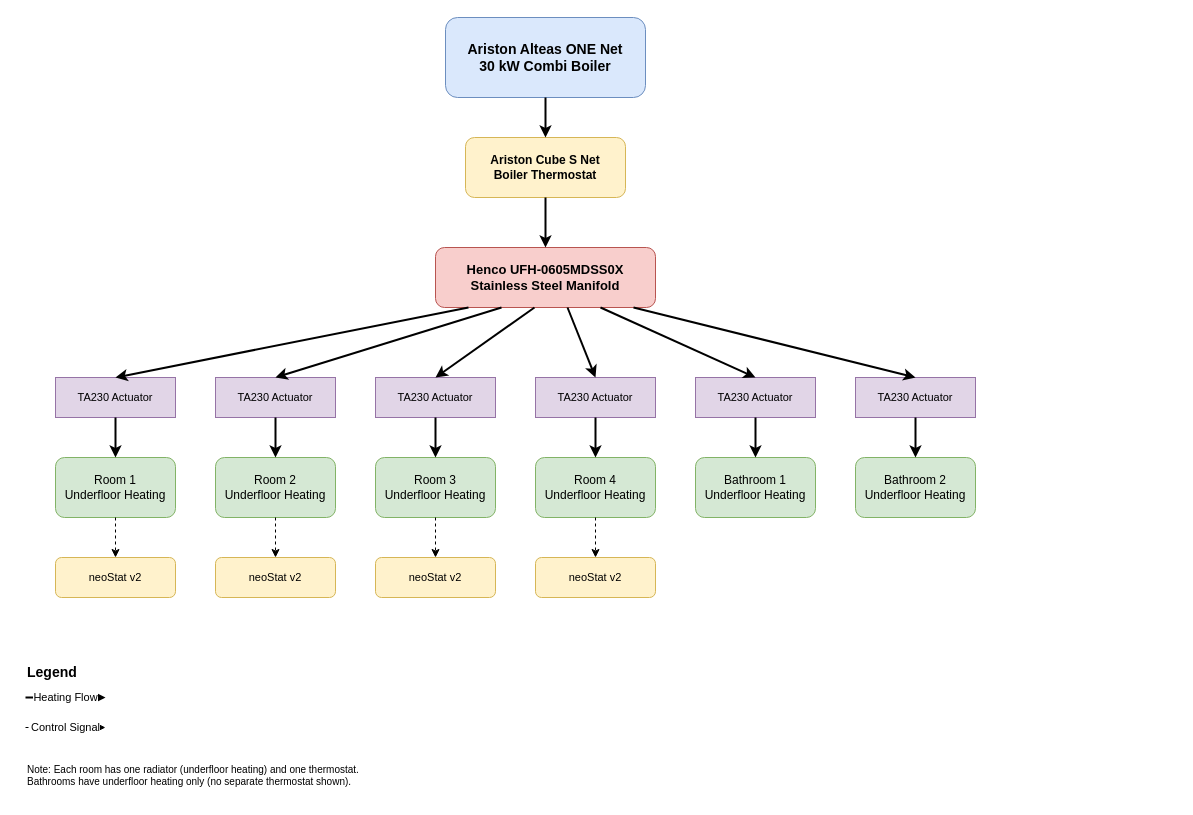
Earlier version of the draw.io diagram heating-system.drawio (geoakaki/h-mon). Source tidied: cells renumbered, new cells numbered last; positions are measured from the earlier drawing's top-left corner, leaving out a move shared by most shapes. Both pictures are drawn from the tidied source at 100%, with x=0, y=0 at pixel (25, 17).
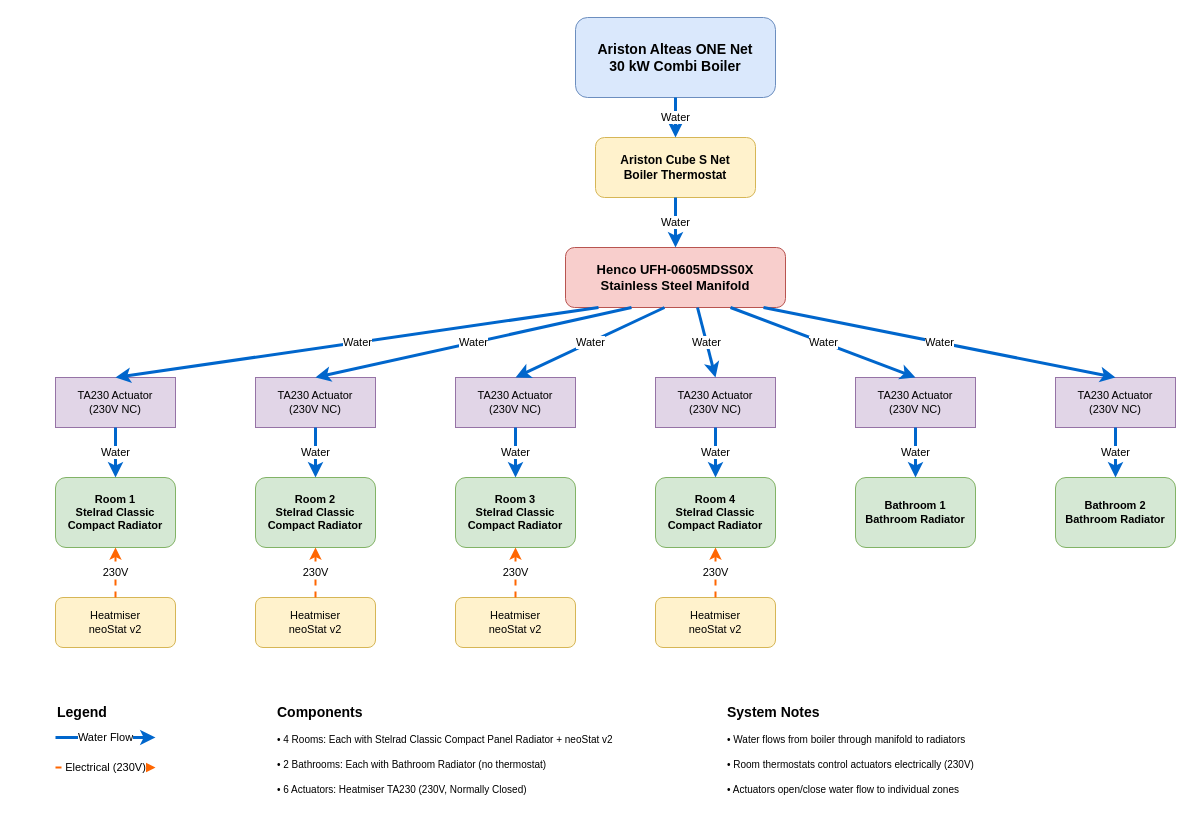
After the change.

Commit message:
Update diagram with radiators and separate water/electrical connections

- Replace underfloor heating with actual radiators
- Add Stelrad Classic Compact Panel Radiators to 4 rooms
- Add bathroom radiators to 2 bathrooms
- Differentiate water flow (blue, solid) from electrical (orange, dashed)
- Show 230V electrical control from thermostats to actuators
- Update legend with connection types and system notes

The edit, as a diff of the source:
```diff
@@
     <mxCell id="2" value="Ariston Alteas ONE Net&#10;30 kW Combi Boiler" style="rounded=1;whiteSpace=wrap;html=1;fillColor=#dae8fc;strokeColor=#6c8ebf;fontSize=14;fontStyle=1;" parent="1" vertex="1">
-      <mxGeometry x="420" width="200" height="80" as="geometry" />
+      <mxGeometry x="550" width="200" height="80" as="geometry" />
     </mxCell>
     <mxCell id="3" value="Ariston Cube S Net&#10;Boiler Thermostat" style="rounded=1;whiteSpace=wrap;html=1;fillColor=#fff2cc;strokeColor=#d6b656;fontSize=12;fontStyle=1;" parent="1" vertex="1">
-      <mxGeometry x="440" y="120" width="160" height="60" as="geometry" />
+      <mxGeometry x="570" y="120" width="160" height="60" as="geometry" />
     </mxCell>
-    <mxCell id="4" style="endArrow=classic;html=1;strokeWidth=2;exitX=0.5;exitY=1;entryX=0.5;entryY=0;" parent="1" edge="1" source="2" target="3">
+    <mxCell id="4" value="Water" style="endArrow=classic;html=1;strokeWidth=3;strokeColor=#0066CC;exitX=0.5;exitY=1;entryX=0.5;entryY=0;" parent="1" edge="1" source="2" target="3">
       <mxGeometry relative="1" as="geometry" />
     </mxCell>
     <mxCell id="5" value="Henco UFH-0605MDSS0X&#10;Stainless Steel Manifold" style="rounded=1;whiteSpace=wrap;html=1;fillColor=#f8cecc;strokeColor=#b85450;fontSize=13;fontStyle=1;" parent="1" vertex="1">
-      <mxGeometry x="410" y="230" width="220" height="60" as="geometry" />
+      <mxGeometry x="540" y="230" width="220" height="60" as="geometry" />
     </mxCell>
-    <mxCell id="6" style="endArrow=classic;html=1;strokeWidth=2;exitX=0.5;exitY=1;entryX=0.5;entryY=0;" parent="1" edge="1" source="3" target="5">
+    <mxCell id="6" value="Water" style="endArrow=classic;html=1;strokeWidth=3;strokeColor=#0066CC;exitX=0.5;exitY=1;entryX=0.5;entryY=0;" parent="1" edge="1" source="3" target="5">
       <mxGeometry relative="1" as="geometry" />
     </mxCell>
-    <mxCell id="7" value="TA230 Actuator" style="rounded=0;whiteSpace=wrap;html=1;fillColor=#e1d5e7;strokeColor=#9673a6;fontSize=11;" parent="1" vertex="1">
-      <mxGeometry x="30" y="360" width="120" height="40" as="geometry" />
+    <mxCell id="7" value="TA230 Actuator&#10;(230V NC)" style="rounded=0;whiteSpace=wrap;html=1;fillColor=#e1d5e7;strokeColor=#9673a6;fontSize=11;" parent="1" vertex="1">
+      <mxGeometry x="30" y="360" width="120" height="50" as="geometry" />
     </mxCell>
-    <mxCell id="8" value="Room 1&#10;Underfloor Heating" style="rounded=1;whiteSpace=wrap;html=1;fillColor=#d5e8d4;strokeColor=#82b366;fontSize=12;" parent="1" vertex="1">
-      <mxGeometry x="30" y="440" width="120" height="60" as="geometry" />
-    </mxCell>
+    <mxCell id="43" value="Room 1&#10;Stelrad Classic&#10;Compact Radiator" style="rounded=1;whiteSpace=wrap;html=1;fillColor=#d5e8d4;strokeColor=#82b366;fontSize=11;fontStyle=1;" parent="1" vertex="1">
+      <mxGeometry x="30" y="460" width="120" height="70" as="geometry" />
+    </mxCell>
-    <mxCell id="9" value="neoStat v2" style="rounded=1;whiteSpace=wrap;html=1;fillColor=#fff2cc;strokeColor=#d6b656;fontSize=11;" parent="1" vertex="1">
-      <mxGeometry x="30" y="540" width="120" height="40" as="geometry" />
+    <mxCell id="9" value="Heatmiser&#10;neoStat v2" style="rounded=1;whiteSpace=wrap;html=1;fillColor=#fff2cc;strokeColor=#d6b656;fontSize=11;" parent="1" vertex="1">
+      <mxGeometry x="30" y="580" width="120" height="50" as="geometry" />
     </mxCell>
-    <mxCell id="10" style="endArrow=classic;html=1;strokeWidth=2;exitX=0.15;exitY=1;entryX=0.5;entryY=0;" parent="1" edge="1" source="5" target="7">
+    <mxCell id="10" value="Water" style="endArrow=classic;html=1;strokeWidth=3;strokeColor=#0066CC;exitX=0.15;exitY=1;entryX=0.5;entryY=0;" parent="1" edge="1" source="5" target="7">
       <mxGeometry relative="1" as="geometry" />
     </mxCell>
-    <mxCell id="11" style="endArrow=classic;html=1;strokeWidth=2;exitX=0.5;exitY=1;entryX=0.5;entryY=0;" parent="1" edge="1" source="7" target="8">
-      <mxGeometry relative="1" as="geometry" />
-    </mxCell>
-    <mxCell id="12" style="endArrow=classic;html=1;strokeWidth=1;dashed=1;exitX=0.5;exitY=1;entryX=0.5;entryY=0;" parent="1" edge="1" source="8" target="9">
-      <mxGeometry relative="1" as="geometry" />
-    </mxCell>
+    <mxCell id="44" value="Water" style="endArrow=classic;html=1;strokeWidth=3;strokeColor=#0066CC;exitX=0.5;exitY=1;entryX=0.5;entryY=0;" parent="1" edge="1" source="7" target="43">
+      <mxGeometry relative="1" as="geometry" />
+    </mxCell>
+    <mxCell id="45" value="230V" style="endArrow=classic;html=1;strokeWidth=2;strokeColor=#FF6600;dashed=1;exitX=0.5;exitY=0;entryX=0.5;entryY=1;" parent="1" edge="1" source="9" target="43">
+      <mxGeometry relative="1" as="geometry" />
+    </mxCell>
-    <mxCell id="13" value="TA230 Actuator" style="rounded=0;whiteSpace=wrap;html=1;fillColor=#e1d5e7;strokeColor=#9673a6;fontSize=11;" parent="1" vertex="1">
-      <mxGeometry x="190" y="360" width="120" height="40" as="geometry" />
+    <mxCell id="13" value="TA230 Actuator&#10;(230V NC)" style="rounded=0;whiteSpace=wrap;html=1;fillColor=#e1d5e7;strokeColor=#9673a6;fontSize=11;" parent="1" vertex="1">
+      <mxGeometry x="230" y="360" width="120" height="50" as="geometry" />
     </mxCell>
-    <mxCell id="14" value="Room 2&#10;Underfloor Heating" style="rounded=1;whiteSpace=wrap;html=1;fillColor=#d5e8d4;strokeColor=#82b366;fontSize=12;" parent="1" vertex="1">
-      <mxGeometry x="190" y="440" width="120" height="60" as="geometry" />
-    </mxCell>
+    <mxCell id="46" value="Room 2&#10;Stelrad Classic&#10;Compact Radiator" style="rounded=1;whiteSpace=wrap;html=1;fillColor=#d5e8d4;strokeColor=#82b366;fontSize=11;fontStyle=1;" parent="1" vertex="1">
+      <mxGeometry x="230" y="460" width="120" height="70" as="geometry" />
+    </mxCell>
-    <mxCell id="15" value="neoStat v2" style="rounded=1;whiteSpace=wrap;html=1;fillColor=#fff2cc;strokeColor=#d6b656;fontSize=11;" parent="1" vertex="1">
-      <mxGeometry x="190" y="540" width="120" height="40" as="geometry" />
+    <mxCell id="15" value="Heatmiser&#10;neoStat v2" style="rounded=1;whiteSpace=wrap;html=1;fillColor=#fff2cc;strokeColor=#d6b656;fontSize=11;" parent="1" vertex="1">
+      <mxGeometry x="230" y="580" width="120" height="50" as="geometry" />
     </mxCell>
-    <mxCell id="16" style="endArrow=classic;html=1;strokeWidth=2;exitX=0.3;exitY=1;entryX=0.5;entryY=0;" parent="1" edge="1" source="5" target="13">
+    <mxCell id="16" value="Water" style="endArrow=classic;html=1;strokeWidth=3;strokeColor=#0066CC;exitX=0.3;exitY=1;entryX=0.5;entryY=0;" parent="1" edge="1" source="5" target="13">
       <mxGeometry relative="1" as="geometry" />
     </mxCell>
-    <mxCell id="17" style="endArrow=classic;html=1;strokeWidth=2;exitX=0.5;exitY=1;entryX=0.5;entryY=0;" parent="1" edge="1" source="13" target="14">
-      <mxGeometry relative="1" as="geometry" />
-    </mxCell>
-    <mxCell id="18" style="endArrow=classic;html=1;strokeWidth=1;dashed=1;exitX=0.5;exitY=1;entryX=0.5;entryY=0;" parent="1" edge="1" source="14" target="15">
-      <mxGeometry relative="1" as="geometry" />
-    </mxCell>
+    <mxCell id="47" value="Water" style="endArrow=classic;html=1;strokeWidth=3;strokeColor=#0066CC;exitX=0.5;exitY=1;entryX=0.5;entryY=0;" parent="1" edge="1" source="13" target="46">
+      <mxGeometry relative="1" as="geometry" />
+    </mxCell>
+    <mxCell id="48" value="230V" style="endArrow=classic;html=1;strokeWidth=2;strokeColor=#FF6600;dashed=1;exitX=0.5;exitY=0;entryX=0.5;entryY=1;" parent="1" edge="1" source="15" target="46">
+      <mxGeometry relative="1" as="geometry" />
+    </mxCell>
-    <mxCell id="19" value="TA230 Actuator" style="rounded=0;whiteSpace=wrap;html=1;fillColor=#e1d5e7;strokeColor=#9673a6;fontSize=11;" parent="1" vertex="1">
-      <mxGeometry x="350" y="360" width="120" height="40" as="geometry" />
+    <mxCell id="19" value="TA230 Actuator&#10;(230V NC)" style="rounded=0;whiteSpace=wrap;html=1;fillColor=#e1d5e7;strokeColor=#9673a6;fontSize=11;" parent="1" vertex="1">
+      <mxGeometry x="430" y="360" width="120" height="50" as="geometry" />
     </mxCell>
-    <mxCell id="20" value="Room 3&#10;Underfloor Heating" style="rounded=1;whiteSpace=wrap;html=1;fillColor=#d5e8d4;strokeColor=#82b366;fontSize=12;" parent="1" vertex="1">
-      <mxGeometry x="350" y="440" width="120" height="60" as="geometry" />
-    </mxCell>
+    <mxCell id="49" value="Room 3&#10;Stelrad Classic&#10;Compact Radiator" style="rounded=1;whiteSpace=wrap;html=1;fillColor=#d5e8d4;strokeColor=#82b366;fontSize=11;fontStyle=1;" parent="1" vertex="1">
+      <mxGeometry x="430" y="460" width="120" height="70" as="geometry" />
+    </mxCell>
-    <mxCell id="21" value="neoStat v2" style="rounded=1;whiteSpace=wrap;html=1;fillColor=#fff2cc;strokeColor=#d6b656;fontSize=11;" parent="1" vertex="1">
-      <mxGeometry x="350" y="540" width="120" height="40" as="geometry" />
+    <mxCell id="21" value="Heatmiser&#10;neoStat v2" style="rounded=1;whiteSpace=wrap;html=1;fillColor=#fff2cc;strokeColor=#d6b656;fontSize=11;" parent="1" vertex="1">
+      <mxGeometry x="430" y="580" width="120" height="50" as="geometry" />
     </mxCell>
-    <mxCell id="22" style="endArrow=classic;html=1;strokeWidth=2;exitX=0.45;exitY=1;entryX=0.5;entryY=0;" parent="1" edge="1" source="5" target="19">
+    <mxCell id="22" value="Water" style="endArrow=classic;html=1;strokeWidth=3;strokeColor=#0066CC;exitX=0.45;exitY=1;entryX=0.5;entryY=0;" parent="1" edge="1" source="5" target="19">
       <mxGeometry relative="1" as="geometry" />
     </mxCell>
-    <mxCell id="23" style="endArrow=classic;html=1;strokeWidth=2;exitX=0.5;exitY=1;entryX=0.5;entryY=0;" parent="1" edge="1" source="19" target="20">
-      <mxGeometry relative="1" as="geometry" />
-    </mxCell>
-    <mxCell id="24" style="endArrow=classic;html=1;strokeWidth=1;dashed=1;exitX=0.5;exitY=1;entryX=0.5;entryY=0;" parent="1" edge="1" source="20" target="21">
-      <mxGeometry relative="1" as="geometry" />
-    </mxCell>
+    <mxCell id="50" value="Water" style="endArrow=classic;html=1;strokeWidth=3;strokeColor=#0066CC;exitX=0.5;exitY=1;entryX=0.5;entryY=0;" parent="1" edge="1" source="19" target="49">
+      <mxGeometry relative="1" as="geometry" />
+    </mxCell>
+    <mxCell id="51" value="230V" style="endArrow=classic;html=1;strokeWidth=2;strokeColor=#FF6600;dashed=1;exitX=0.5;exitY=0;entryX=0.5;entryY=1;" parent="1" edge="1" source="21" target="49">
+      <mxGeometry relative="1" as="geometry" />
+    </mxCell>
-    <mxCell id="25" value="TA230 Actuator" style="rounded=0;whiteSpace=wrap;html=1;fillColor=#e1d5e7;strokeColor=#9673a6;fontSize=11;" parent="1" vertex="1">
-      <mxGeometry x="510" y="360" width="120" height="40" as="geometry" />
+    <mxCell id="25" value="TA230 Actuator&#10;(230V NC)" style="rounded=0;whiteSpace=wrap;html=1;fillColor=#e1d5e7;strokeColor=#9673a6;fontSize=11;" parent="1" vertex="1">
+      <mxGeometry x="630" y="360" width="120" height="50" as="geometry" />
     </mxCell>
-    <mxCell id="26" value="Room 4&#10;Underfloor Heating" style="rounded=1;whiteSpace=wrap;html=1;fillColor=#d5e8d4;strokeColor=#82b366;fontSize=12;" parent="1" vertex="1">
-      <mxGeometry x="510" y="440" width="120" height="60" as="geometry" />
-    </mxCell>
+    <mxCell id="52" value="Room 4&#10;Stelrad Classic&#10;Compact Radiator" style="rounded=1;whiteSpace=wrap;html=1;fillColor=#d5e8d4;strokeColor=#82b366;fontSize=11;fontStyle=1;" parent="1" vertex="1">
+      <mxGeometry x="630" y="460" width="120" height="70" as="geometry" />
+    </mxCell>
-    <mxCell id="27" value="neoStat v2" style="rounded=1;whiteSpace=wrap;html=1;fillColor=#fff2cc;strokeColor=#d6b656;fontSize=11;" parent="1" vertex="1">
-      <mxGeometry x="510" y="540" width="120" height="40" as="geometry" />
+    <mxCell id="27" value="Heatmiser&#10;neoStat v2" style="rounded=1;whiteSpace=wrap;html=1;fillColor=#fff2cc;strokeColor=#d6b656;fontSize=11;" parent="1" vertex="1">
+      <mxGeometry x="630" y="580" width="120" height="50" as="geometry" />
     </mxCell>
-    <mxCell id="28" style="endArrow=classic;html=1;strokeWidth=2;exitX=0.6;exitY=1;entryX=0.5;entryY=0;" parent="1" edge="1" source="5" target="25">
+    <mxCell id="28" value="Water" style="endArrow=classic;html=1;strokeWidth=3;strokeColor=#0066CC;exitX=0.6;exitY=1;entryX=0.5;entryY=0;" parent="1" edge="1" source="5" target="25">
       <mxGeometry relative="1" as="geometry" />
     </mxCell>
-    <mxCell id="29" style="endArrow=classic;html=1;strokeWidth=2;exitX=0.5;exitY=1;entryX=0.5;entryY=0;" parent="1" edge="1" source="25" target="26">
-      <mxGeometry relative="1" as="geometry" />
-    </mxCell>
-    <mxCell id="30" style="endArrow=classic;html=1;strokeWidth=1;dashed=1;exitX=0.5;exitY=1;entryX=0.5;entryY=0;" parent="1" edge="1" source="26" target="27">
-      <mxGeometry relative="1" as="geometry" />
-    </mxCell>
+    <mxCell id="53" value="Water" style="endArrow=classic;html=1;strokeWidth=3;strokeColor=#0066CC;exitX=0.5;exitY=1;entryX=0.5;entryY=0;" parent="1" edge="1" source="25" target="52">
+      <mxGeometry relative="1" as="geometry" />
+    </mxCell>
+    <mxCell id="54" value="230V" style="endArrow=classic;html=1;strokeWidth=2;strokeColor=#FF6600;dashed=1;exitX=0.5;exitY=0;entryX=0.5;entryY=1;" parent="1" edge="1" source="27" target="52">
+      <mxGeometry relative="1" as="geometry" />
+    </mxCell>
-    <mxCell id="31" value="TA230 Actuator" style="rounded=0;whiteSpace=wrap;html=1;fillColor=#e1d5e7;strokeColor=#9673a6;fontSize=11;" parent="1" vertex="1">
-      <mxGeometry x="670" y="360" width="120" height="40" as="geometry" />
+    <mxCell id="31" value="TA230 Actuator&#10;(230V NC)" style="rounded=0;whiteSpace=wrap;html=1;fillColor=#e1d5e7;strokeColor=#9673a6;fontSize=11;" parent="1" vertex="1">
+      <mxGeometry x="830" y="360" width="120" height="50" as="geometry" />
     </mxCell>
-    <mxCell id="32" value="Bathroom 1&#10;Underfloor Heating" style="rounded=1;whiteSpace=wrap;html=1;fillColor=#d5e8d4;strokeColor=#82b366;fontSize=12;" parent="1" vertex="1">
-      <mxGeometry x="670" y="440" width="120" height="60" as="geometry" />
-    </mxCell>
+    <mxCell id="55" value="Bathroom 1&#10;Bathroom Radiator" style="rounded=1;whiteSpace=wrap;html=1;fillColor=#d5e8d4;strokeColor=#82b366;fontSize=11;fontStyle=1;" parent="1" vertex="1">
+      <mxGeometry x="830" y="460" width="120" height="70" as="geometry" />
+    </mxCell>
-    <mxCell id="33" style="endArrow=classic;html=1;strokeWidth=2;exitX=0.75;exitY=1;entryX=0.5;entryY=0;" parent="1" edge="1" source="5" target="31">
+    <mxCell id="33" value="Water" style="endArrow=classic;html=1;strokeWidth=3;strokeColor=#0066CC;exitX=0.75;exitY=1;entryX=0.5;entryY=0;" parent="1" edge="1" source="5" target="31">
       <mxGeometry relative="1" as="geometry" />
     </mxCell>
-    <mxCell id="34" style="endArrow=classic;html=1;strokeWidth=2;exitX=0.5;exitY=1;entryX=0.5;entryY=0;" parent="1" edge="1" source="31" target="32">
-      <mxGeometry relative="1" as="geometry" />
-    </mxCell>
+    <mxCell id="56" value="Water" style="endArrow=classic;html=1;strokeWidth=3;strokeColor=#0066CC;exitX=0.5;exitY=1;entryX=0.5;entryY=0;" parent="1" edge="1" source="31" target="55">
+      <mxGeometry relative="1" as="geometry" />
+    </mxCell>
-    <mxCell id="35" value="TA230 Actuator" style="rounded=0;whiteSpace=wrap;html=1;fillColor=#e1d5e7;strokeColor=#9673a6;fontSize=11;" parent="1" vertex="1">
-      <mxGeometry x="830" y="360" width="120" height="40" as="geometry" />
+    <mxCell id="35" value="TA230 Actuator&#10;(230V NC)" style="rounded=0;whiteSpace=wrap;html=1;fillColor=#e1d5e7;strokeColor=#9673a6;fontSize=11;" parent="1" vertex="1">
+      <mxGeometry x="1030" y="360" width="120" height="50" as="geometry" />
     </mxCell>
-    <mxCell id="36" value="Bathroom 2&#10;Underfloor Heating" style="rounded=1;whiteSpace=wrap;html=1;fillColor=#d5e8d4;strokeColor=#82b366;fontSize=12;" parent="1" vertex="1">
-      <mxGeometry x="830" y="440" width="120" height="60" as="geometry" />
-    </mxCell>
+    <mxCell id="57" value="Bathroom 2&#10;Bathroom Radiator" style="rounded=1;whiteSpace=wrap;html=1;fillColor=#d5e8d4;strokeColor=#82b366;fontSize=11;fontStyle=1;" parent="1" vertex="1">
+      <mxGeometry x="1030" y="460" width="120" height="70" as="geometry" />
+    </mxCell>
-    <mxCell id="37" style="endArrow=classic;html=1;strokeWidth=2;exitX=0.9;exitY=1;entryX=0.5;entryY=0;" parent="1" edge="1" source="5" target="35">
+    <mxCell id="37" value="Water" style="endArrow=classic;html=1;strokeWidth=3;strokeColor=#0066CC;exitX=0.9;exitY=1;entryX=0.5;entryY=0;" parent="1" edge="1" source="5" target="35">
       <mxGeometry relative="1" as="geometry" />
     </mxCell>
-    <mxCell id="38" style="endArrow=classic;html=1;strokeWidth=2;exitX=0.5;exitY=1;entryX=0.5;entryY=0;" parent="1" edge="1" source="35" target="36">
-      <mxGeometry relative="1" as="geometry" />
-    </mxCell>
+    <mxCell id="58" value="Water" style="endArrow=classic;html=1;strokeWidth=3;strokeColor=#0066CC;exitX=0.5;exitY=1;entryX=0.5;entryY=0;" parent="1" edge="1" source="35" target="57">
+      <mxGeometry relative="1" as="geometry" />
+    </mxCell>
     <mxCell id="39" value="Legend" style="text;html=1;strokeColor=none;fillColor=none;align=left;verticalAlign=middle;whiteSpace=wrap;rounded=0;fontSize=14;fontStyle=1;" parent="1" vertex="1">
-      <mxGeometry y="640" width="100" height="30" as="geometry" />
+      <mxGeometry x="30" y="680" width="100" height="30" as="geometry" />
     </mxCell>
-    <mxCell id="40" value="Heating Flow" style="endArrow=classic;html=1;strokeWidth=2;" parent="1" edge="1">
-      <mxGeometry relative="1" as="geometry">
-        <mxPoint y="680" as="sourcePoint" />
-        <mxPoint x="80" y="680" as="targetPoint" />
-      </mxGeometry>
-    </mxCell>
-    <mxCell id="41" value="Control Signal" style="endArrow=classic;html=1;strokeWidth=1;dashed=1;" parent="1" edge="1">
-      <mxGeometry relative="1" as="geometry">
-        <mxPoint y="710" as="sourcePoint" />
-        <mxPoint x="80" y="710" as="targetPoint" />
-      </mxGeometry>
-    </mxCell>
-    <mxCell id="42" value="Note: Each room has one radiator (underfloor heating) and one thermostat.&#10;Bathrooms have underfloor heating only (no separate thermostat shown)." style="text;html=1;strokeColor=none;fillColor=none;align=left;verticalAlign=top;whiteSpace=wrap;rounded=0;fontSize=10;" parent="1" vertex="1">
-      <mxGeometry y="740" width="400" height="40" as="geometry" />
-    </mxCell>
+    <mxCell id="59" value="Water Flow" style="endArrow=classic;html=1;strokeWidth=3;strokeColor=#0066CC;" parent="1" edge="1">
+      <mxGeometry relative="1" as="geometry">
+        <mxPoint x="30" y="720" as="sourcePoint" />
+        <mxPoint x="130" y="720" as="targetPoint" />
+      </mxGeometry>
+    </mxCell>
+    <mxCell id="60" value="Electrical (230V)" style="endArrow=classic;html=1;strokeWidth=2;strokeColor=#FF6600;dashed=1;" parent="1" edge="1">
+      <mxGeometry relative="1" as="geometry">
+        <mxPoint x="30" y="750" as="sourcePoint" />
+        <mxPoint x="130" y="750" as="targetPoint" />
+      </mxGeometry>
+    </mxCell>
+    <mxCell id="61" value="Components" style="text;html=1;strokeColor=none;fillColor=none;align=left;verticalAlign=middle;whiteSpace=wrap;rounded=0;fontSize=14;fontStyle=1;" parent="1" vertex="1">
+      <mxGeometry x="250" y="680" width="120" height="30" as="geometry" />
+    </mxCell>
+    <mxCell id="62" value="• 4 Rooms: Each with Stelrad Classic Compact Panel Radiator + neoStat v2" style="text;html=1;strokeColor=none;fillColor=none;align=left;verticalAlign=top;whiteSpace=wrap;rounded=0;fontSize=10;" parent="1" vertex="1">
+      <mxGeometry x="250" y="710" width="400" height="20" as="geometry" />
+    </mxCell>
+    <mxCell id="63" value="• 2 Bathrooms: Each with Bathroom Radiator (no thermostat)" style="text;html=1;strokeColor=none;fillColor=none;align=left;verticalAlign=top;whiteSpace=wrap;rounded=0;fontSize=10;" parent="1" vertex="1">
+      <mxGeometry x="250" y="735" width="400" height="20" as="geometry" />
+    </mxCell>
+    <mxCell id="64" value="• 6 Actuators: Heatmiser TA230 (230V, Normally Closed)" style="text;html=1;strokeColor=none;fillColor=none;align=left;verticalAlign=top;whiteSpace=wrap;rounded=0;fontSize=10;" parent="1" vertex="1">
+      <mxGeometry x="250" y="760" width="400" height="20" as="geometry" />
+    </mxCell>
+    <mxCell id="65" value="System Notes" style="text;html=1;strokeColor=none;fillColor=none;align=left;verticalAlign=middle;whiteSpace=wrap;rounded=0;fontSize=14;fontStyle=1;" parent="1" vertex="1">
+      <mxGeometry x="700" y="680" width="120" height="30" as="geometry" />
+    </mxCell>
+    <mxCell id="66" value="• Water flows from boiler through manifold to radiators" style="text;html=1;strokeColor=none;fillColor=none;align=left;verticalAlign=top;whiteSpace=wrap;rounded=0;fontSize=10;" parent="1" vertex="1">
+      <mxGeometry x="700" y="710" width="400" height="20" as="geometry" />
+    </mxCell>
+    <mxCell id="67" value="• Room thermostats control actuators electrically (230V)" style="text;html=1;strokeColor=none;fillColor=none;align=left;verticalAlign=top;whiteSpace=wrap;rounded=0;fontSize=10;" parent="1" vertex="1">
+      <mxGeometry x="700" y="735" width="400" height="20" as="geometry" />
+    </mxCell>
+    <mxCell id="68" value="• Actuators open/close water flow to individual zones" style="text;html=1;strokeColor=none;fillColor=none;align=left;verticalAlign=top;whiteSpace=wrap;rounded=0;fontSize=10;" parent="1" vertex="1">
+      <mxGeometry x="700" y="760" width="400" height="20" as="geometry" />
+    </mxCell>
```
